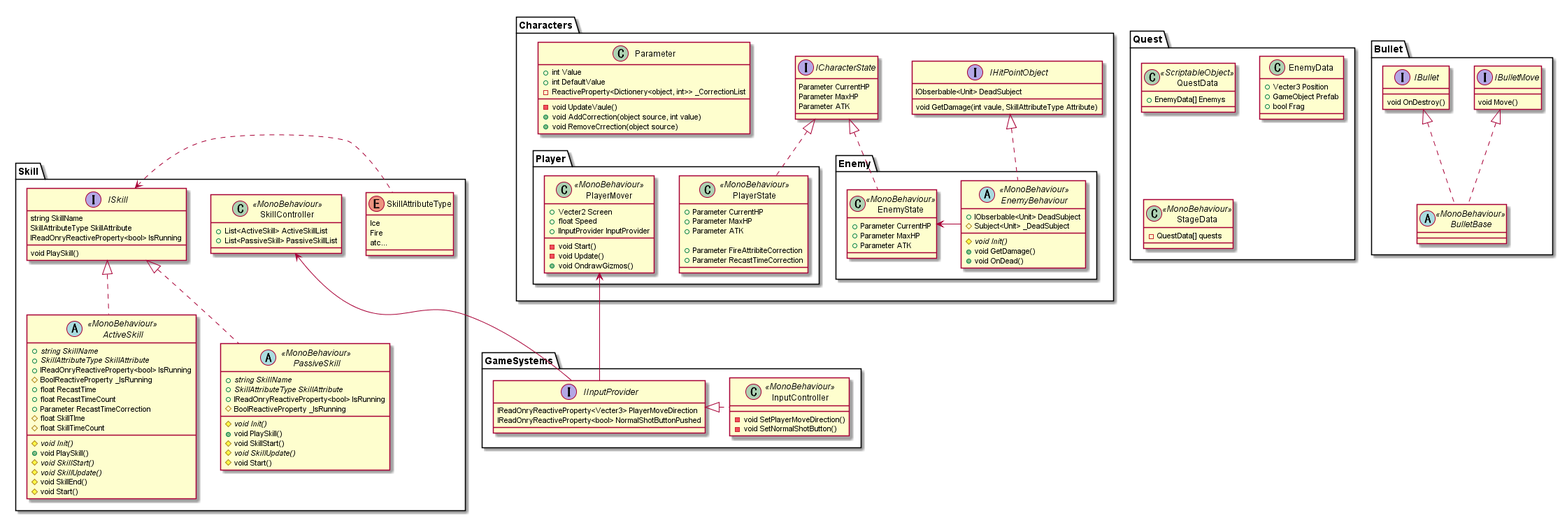
somethingshooting/SomethingShooting_Core keeps this PlantUML diagram as MainSystemClasses.png. Above is the earlier version.
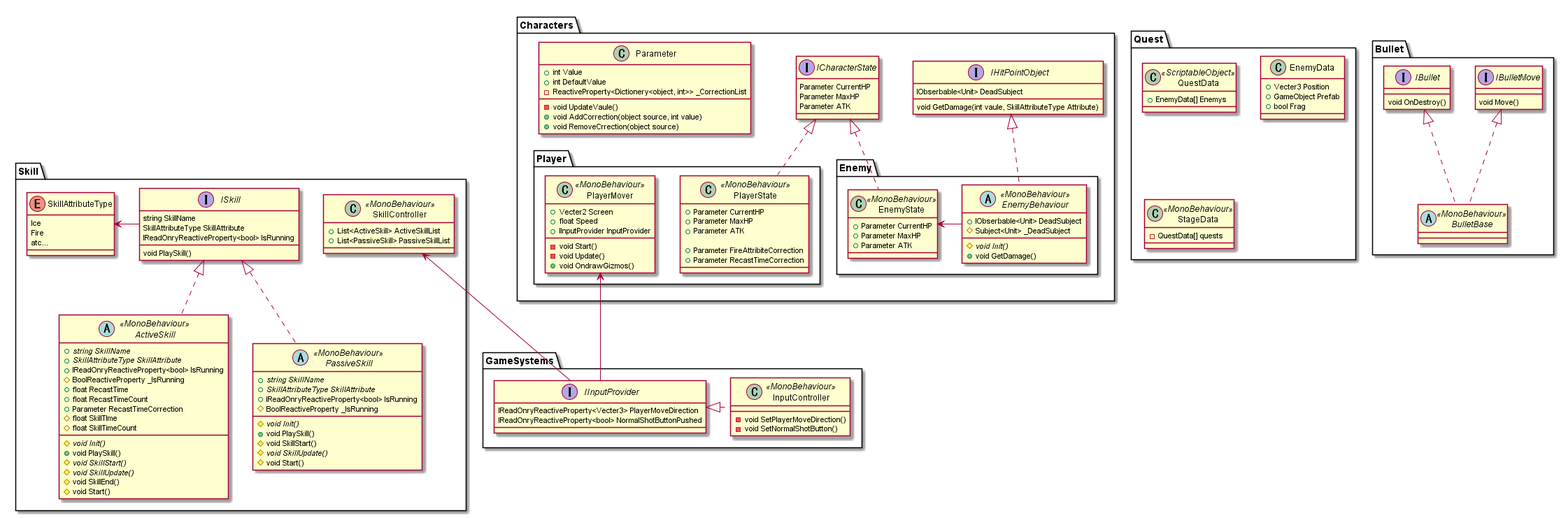
After the commit.

Commit message:
png画像の差し替え

Diff of the diagram source:
```diff
@@ -34,7 +34,6 @@
 
             # {abstract} void Init()
             + void GetDamage()
-            + void OnDead()
         }
         EnemyState <- EnemyBehaviour
     }
@@ -124,7 +123,7 @@
         Fire
         atc...
     }
-    ISkill <. SkillAttributeType
+    SkillAttributeType <- ISkill
 
     interface ISkill{
         string SkillName
```
